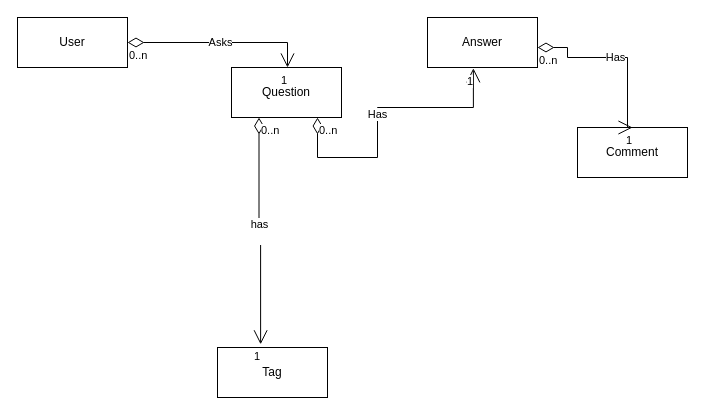
This is Untitled Diagram.drawio from LordMhri/Playlist, a draw.io file, before an edit. Source tidied: cells renumbered, new cells numbered last; positions are measured from the earlier drawing's top-left corner, leaving out a move shared by most shapes. Both pictures are drawn from the tidied source at 100%, with x=0, y=0 at pixel (17, 17).
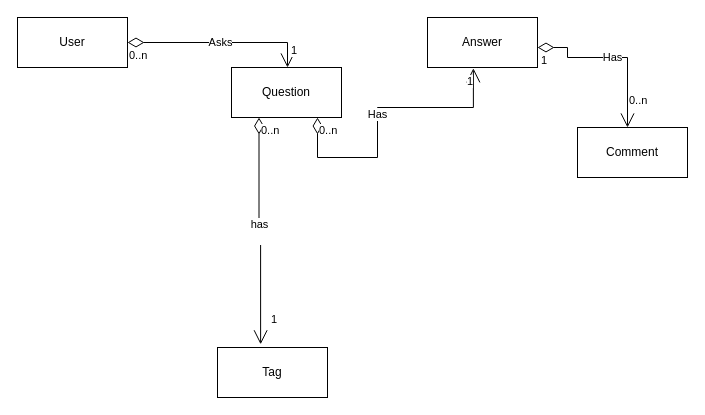
The same diagram, later.

The change refers to these unchanged cells:
```xml
<mxCell id="4" value="Answer" style="html=1;whiteSpace=wrap;" parent="1" vertex="1">
  <mxGeometry x="410" width="110" height="50" as="geometry" />
</mxCell>
<mxCell id="5" value="Comment" style="html=1;whiteSpace=wrap;" parent="1" vertex="1">
  <mxGeometry x="560" y="110" width="110" height="50" as="geometry" />
</mxCell>
<mxCell id="7" value="Asks" style="endArrow=open;html=1;endSize=12;startArrow=diamondThin;startSize=14;startFill=0;edgeStyle=orthogonalEdgeStyle;rounded=0;exitX=1;exitY=0.5;exitDx=0;exitDy=0;" parent="1" edge="1" source="3" target="2">
  <mxGeometry relative="1" as="geometry">
    <Array as="points">
      <mxPoint x="270" y="25" />
    </Array>
  </mxGeometry>
</mxCell>
<mxCell id="16" value="has&lt;div&gt;&lt;br&gt;&lt;/div&gt;" style="endArrow=open;html=1;endSize=12;startArrow=diamondThin;startSize=14;startFill=0;edgeStyle=orthogonalEdgeStyle;rounded=0;entryX=0.392;entryY=-0.063;entryDx=0;entryDy=0;entryPerimeter=0;exitX=0.25;exitY=1;exitDx=0;exitDy=0;" parent="1" edge="1" source="2" target="6">
  <mxGeometry relative="1" as="geometry" />
</mxCell>
```

Change to the diagram source:
```diff
@@
     <mxCell id="9" value="1" style="edgeLabel;html=1;align=right;verticalAlign=top;" parent="7" vertex="1">
-      <mxGeometry x="1" relative="1" as="geometry" />
+      <mxGeometry x="1" relative="1" as="geometry">
+        <mxPoint x="10" y="-30" as="offset" />
+      </mxGeometry>
     </mxCell>
@@
-    <mxCell id="13" value="Has" style="endArrow=open;html=1;endSize=12;startArrow=diamondThin;startSize=14;startFill=0;edgeStyle=orthogonalEdgeStyle;rounded=0;exitX=1;exitY=0.6;exitDx=0;exitDy=0;entryX=0.5;entryY=0;entryDx=0;entryDy=0;exitPerimeter=0;" parent="1" edge="1" source="4" target="5">
+    <mxCell id="13" value="Has" style="endArrow=open;html=1;endSize=12;startArrow=diamondThin;startSize=14;startFill=0;edgeStyle=orthogonalEdgeStyle;rounded=0;exitX=1;exitY=0.6;exitDx=0;exitDy=0;exitPerimeter=0;" parent="1" edge="1">
       <mxGeometry relative="1" as="geometry">
+        <mxPoint x="520" y="30" as="sourcePoint" />
+        <mxPoint x="610" y="110" as="targetPoint" />
         <Array as="points">
           <mxPoint x="550" y="30" />
           <mxPoint x="550" y="40" />
           <mxPoint x="610" y="40" />
           <mxPoint x="610" y="110" />
         </Array>
       </mxGeometry>
     </mxCell>
     <mxCell id="14" value="0..n" style="edgeLabel;html=1;align=left;verticalAlign=top;" parent="13" vertex="1">
-      <mxGeometry x="-1" relative="1" as="geometry" />
+      <mxGeometry x="-1" relative="1" as="geometry">
+        <mxPoint x="90" y="40" as="offset" />
+      </mxGeometry>
     </mxCell>
     <mxCell id="15" value="1" style="edgeLabel;html=1;align=right;verticalAlign=top;" parent="13" vertex="1">
-      <mxGeometry x="1" relative="1" as="geometry" />
+      <mxGeometry x="1" relative="1" as="geometry">
+        <mxPoint x="-80" y="-80" as="offset" />
+      </mxGeometry>
     </mxCell>
@@
     <mxCell id="18" value="1" style="edgeLabel;html=1;align=right;verticalAlign=top;" parent="16" vertex="1">
-      <mxGeometry x="1" relative="1" as="geometry" />
+      <mxGeometry x="1" relative="1" as="geometry">
+        <mxPoint x="17" y="-37" as="offset" />
+      </mxGeometry>
     </mxCell>
```
